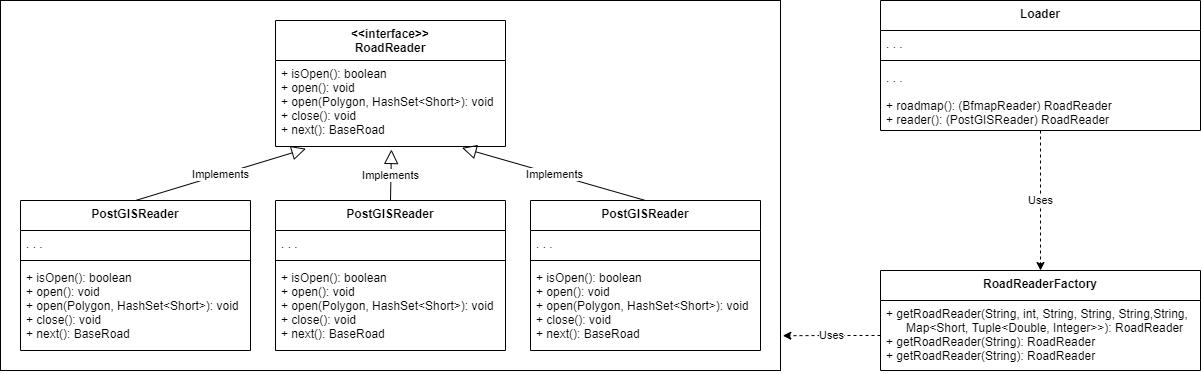
Above: media/barefoot-factory-style.png in numanaral/seng-401-gp (draw.io), before the change. Source tidied: cells renumbered, new cells last; positions are measured from the earlier drawing's top-left corner, leaving out a move shared by most shapes.
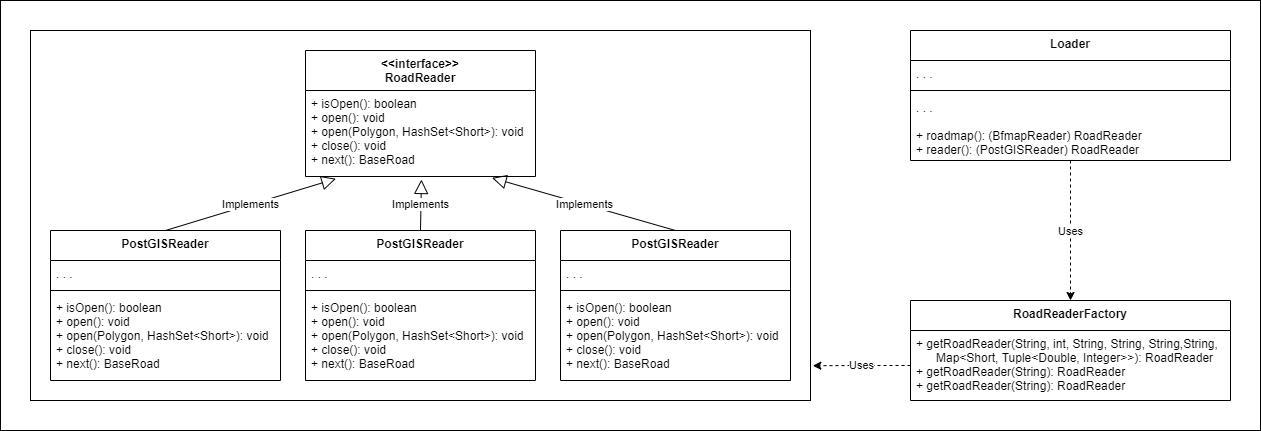
Later version of the same file.

Commit message:
update diagram with a background container

What changed in the source:
```diff
@@ -2,6 +2,9 @@
   <root>
     <mxCell id="0" />
     <mxCell id="1" parent="0" />
+    <mxCell id="28" style="rounded=0;whiteSpace=wrap;html=1;align=center;" parent="1" vertex="1">
+      <mxGeometry x="-30" y="-30" width="1260" height="430" as="geometry" />
+    </mxCell>
     <mxCell id="2" style="rounded=0;whiteSpace=wrap;html=1;align=center;" parent="1" vertex="1">
       <mxGeometry width="780" height="370" as="geometry" />
     </mxCell>
```
